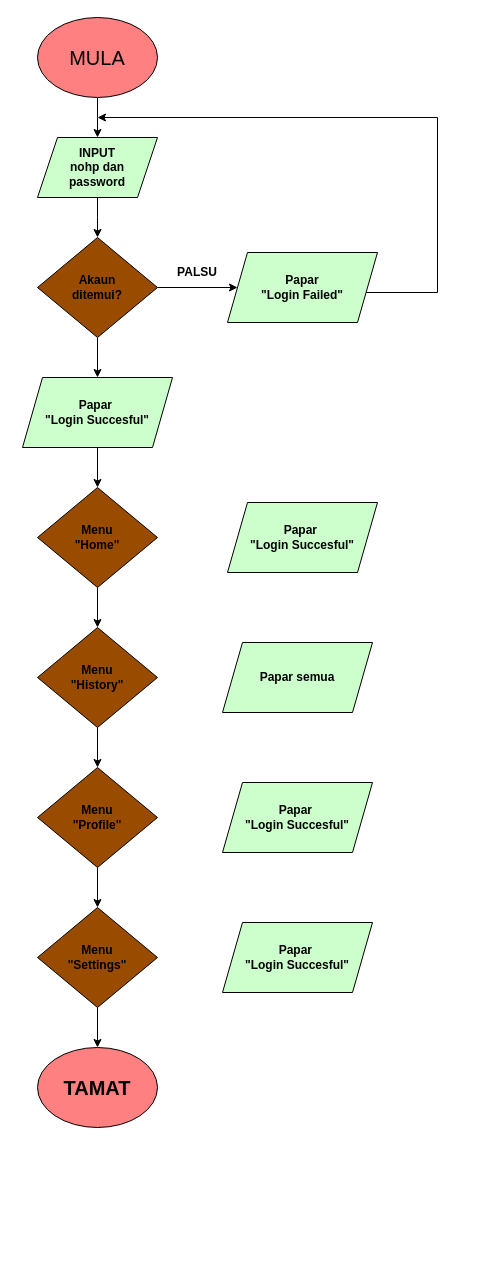
This is CartaAlirPengguna.drawio from VisualGitCode/VisualGitCode.github.io, a draw.io file, before an edit. Source tidied: cells renumbered, new cells numbered last; positions are measured from the earlier drawing's top-left corner, leaving out a move shared by most shapes. Both pictures are drawn from the tidied source at 100%, with x=0, y=0 at pixel (17, 17).
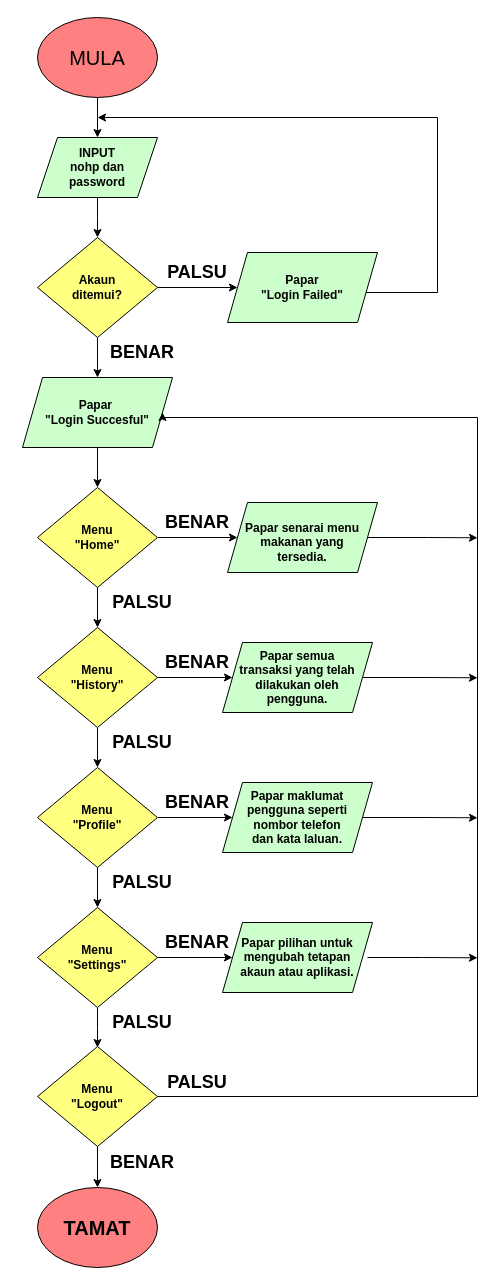
Above is the later version.

Unchanged cells that the change refers to:
```xml
<mxCell id="17" style="shape=parallelogram;perimeter=parallelogramPerimeter;whiteSpace=wrap;html=1;fixedSize=1;fillColor=#CCFFCC;" parent="1" vertex="1">
  <mxGeometry x="5" y="360" width="150" height="70" as="geometry" />
</mxCell>
<mxCell id="33" style="shape=parallelogram;perimeter=parallelogramPerimeter;whiteSpace=wrap;html=1;fixedSize=1;fillColor=#CCFFCC;" parent="1" vertex="1">
  <mxGeometry x="210" y="485" width="150" height="70" as="geometry" />
</mxCell>
<mxCell id="35" style="shape=parallelogram;perimeter=parallelogramPerimeter;whiteSpace=wrap;html=1;fixedSize=1;fillColor=#CCFFCC;" parent="1" vertex="1">
  <mxGeometry x="205" y="625" width="150" height="70" as="geometry" />
</mxCell>
<mxCell id="37" style="shape=parallelogram;perimeter=parallelogramPerimeter;whiteSpace=wrap;html=1;fixedSize=1;fillColor=#CCFFCC;" parent="1" vertex="1">
  <mxGeometry x="205" y="765" width="150" height="70" as="geometry" />
</mxCell>
<mxCell id="39" style="shape=parallelogram;perimeter=parallelogramPerimeter;whiteSpace=wrap;html=1;fixedSize=1;fillColor=#CCFFCC;" parent="1" vertex="1">
  <mxGeometry x="205" y="905" width="150" height="70" as="geometry" />
</mxCell>
```

Diff of the diagram source:
```diff
@@
-    <mxCell id="10" style="rhombus;whiteSpace=wrap;html=1;fillColor=#994C00;labelBackgroundColor=none;rounded=0;" parent="1" vertex="1">
+    <mxCell id="10" style="rhombus;whiteSpace=wrap;html=1;fillColor=#FFFF80;labelBackgroundColor=none;rounded=0;" parent="1" vertex="1">
       <mxGeometry x="20" y="220" width="120" height="100" as="geometry" />
     </mxCell>
@@
-    <mxCell id="15" value="PALSU" style="text;strokeColor=none;align=center;fillColor=none;html=1;verticalAlign=middle;whiteSpace=wrap;rounded=0;fontStyle=1;" parent="1" vertex="1">
+    <mxCell id="15" value="PALSU" style="text;strokeColor=none;align=center;fillColor=none;html=1;verticalAlign=middle;whiteSpace=wrap;rounded=0;fontStyle=1;fontSize=18;" parent="1" vertex="1">
       <mxGeometry x="150" y="240" width="60" height="30" as="geometry" />
     </mxCell>
@@
+    <mxCell id="41" style="edgeStyle=orthogonalEdgeStyle;rounded=0;jettySize=auto;html=1;exitX=1;exitY=0.5;exitDx=0;exitDy=0;entryX=0;entryY=0.5;entryDx=0;entryDy=0;" parent="1" edge="1" source="20" target="33">
+      <mxGeometry relative="1" as="geometry" />
+    </mxCell>
-    <mxCell id="20" style="rhombus;whiteSpace=wrap;html=1;fillColor=#994C00;" parent="1" vertex="1">
+    <mxCell id="20" style="rhombus;whiteSpace=wrap;html=1;fillColor=#FFFF80;" parent="1" vertex="1">
       <mxGeometry x="20" y="470" width="120" height="100" as="geometry" />
     </mxCell>
@@
+    <mxCell id="42" style="edgeStyle=orthogonalEdgeStyle;rounded=0;jettySize=auto;html=1;exitX=1;exitY=0.5;exitDx=0;exitDy=0;" parent="1" edge="1" source="22" target="35">
+      <mxGeometry relative="1" as="geometry" />
+    </mxCell>
-    <mxCell id="22" style="rhombus;whiteSpace=wrap;html=1;fillColor=#994C00;" parent="1" vertex="1">
+    <mxCell id="22" style="rhombus;whiteSpace=wrap;html=1;fillColor=#FFFF80;" parent="1" vertex="1">
       <mxGeometry x="20" y="610" width="120" height="100" as="geometry" />
     </mxCell>
@@
+    <mxCell id="43" style="edgeStyle=orthogonalEdgeStyle;rounded=0;jettySize=auto;html=1;exitX=1;exitY=0.5;exitDx=0;exitDy=0;" parent="1" edge="1" source="24" target="37">
+      <mxGeometry relative="1" as="geometry" />
+    </mxCell>
-    <mxCell id="24" style="rhombus;whiteSpace=wrap;html=1;fillColor=#994C00;" parent="1" vertex="1">
+    <mxCell id="24" style="rhombus;whiteSpace=wrap;html=1;fillColor=#FFFF80;" parent="1" vertex="1">
       <mxGeometry x="20" y="750" width="120" height="100" as="geometry" />
     </mxCell>
     <mxCell id="25" style="ellipse;whiteSpace=wrap;html=1;fillColor=#FF8080;labelBorderColor=#FF0000;" parent="1" vertex="1">
-      <mxGeometry x="20" y="1030" width="120" height="80" as="geometry" />
+      <mxGeometry x="20" y="1170" width="120" height="80" as="geometry" />
     </mxCell>
@@
-    <mxCell id="29" style="edgeStyle=orthogonalEdgeStyle;rounded=0;jettySize=auto;html=1;exitX=0.5;exitY=1;exitDx=0;exitDy=0;entryX=0.5;entryY=0;entryDx=0;entryDy=0;" parent="1" edge="1" source="30" target="25">
-      <mxGeometry relative="1" as="geometry" />
+    <mxCell id="29" style="edgeStyle=orthogonalEdgeStyle;rounded=0;jettySize=auto;html=1;exitX=0.5;exitY=1;exitDx=0;exitDy=0;" parent="1" edge="1" source="30">
+      <mxGeometry relative="1" as="geometry">
+        <mxPoint x="80" y="1030" as="targetPoint" />
+      </mxGeometry>
     </mxCell>
+    <mxCell id="44" style="edgeStyle=orthogonalEdgeStyle;rounded=0;jettySize=auto;html=1;exitX=1;exitY=0.5;exitDx=0;exitDy=0;entryX=0;entryY=0.5;entryDx=0;entryDy=0;" parent="1" edge="1" source="30" target="39">
+      <mxGeometry relative="1" as="geometry" />
+    </mxCell>
-    <mxCell id="30" style="rhombus;whiteSpace=wrap;html=1;fillColor=#994C00;" parent="1" vertex="1">
+    <mxCell id="30" style="rhombus;whiteSpace=wrap;html=1;fillColor=#FFFF80;" parent="1" vertex="1">
       <mxGeometry x="20" y="890" width="120" height="100" as="geometry" />
     </mxCell>
@@
     <mxCell id="32" value="TAMAT" style="text;strokeColor=none;align=center;fillColor=none;html=1;verticalAlign=middle;whiteSpace=wrap;rounded=0;fontStyle=1;fontSize=20;" parent="1" vertex="1">
-      <mxGeometry x="50" y="1055" width="60" height="30" as="geometry" />
+      <mxGeometry x="50" y="1195" width="60" height="30" as="geometry" />
     </mxCell>
+    <mxCell id="45" style="edgeStyle=orthogonalEdgeStyle;rounded=0;jettySize=auto;html=1;exitX=1;exitY=0.5;exitDx=0;exitDy=0;" parent="1" edge="1" source="33">
+      <mxGeometry relative="1" as="geometry">
+        <mxPoint x="460" y="520.3" as="targetPoint" />
+      </mxGeometry>
+    </mxCell>
@@
-    <mxCell id="34" value="&lt;div&gt;Papar&amp;nbsp;&lt;/div&gt;&lt;div&gt;&quot;Login Succesful&quot;&lt;/div&gt;" style="text;strokeColor=none;align=center;fillColor=none;html=1;verticalAlign=middle;whiteSpace=wrap;rounded=0;fontStyle=1;" parent="1" vertex="1">
-      <mxGeometry x="205" y="505" width="160" height="30" as="geometry" />
+    <mxCell id="34" value="&lt;div&gt;Papar senarai menu makanan yang tersedia.&lt;/div&gt;" style="text;strokeColor=none;align=center;fillColor=none;html=1;verticalAlign=middle;whiteSpace=wrap;rounded=0;fontStyle=1;" parent="1" vertex="1">
+      <mxGeometry x="225" y="510" width="120" height="30" as="geometry" />
     </mxCell>
+    <mxCell id="46" style="edgeStyle=orthogonalEdgeStyle;rounded=0;jettySize=auto;html=1;exitX=1;exitY=0.5;exitDx=0;exitDy=0;" parent="1" edge="1" source="35">
+      <mxGeometry relative="1" as="geometry">
+        <mxPoint x="460" y="660.3" as="targetPoint" />
+      </mxGeometry>
+    </mxCell>
@@
-    <mxCell id="36" value="&lt;div&gt;Papar semua &lt;br&gt;&lt;/div&gt;" style="text;strokeColor=none;align=center;fillColor=none;html=1;verticalAlign=middle;whiteSpace=wrap;rounded=0;fontStyle=1;" parent="1" vertex="1">
-      <mxGeometry x="200" y="645" width="160" height="30" as="geometry" />
+    <mxCell id="36" value="&lt;div&gt;Papar semua transaksi yang telah dilakukan oleh pengguna.&lt;/div&gt;" style="text;strokeColor=none;align=center;fillColor=none;html=1;verticalAlign=middle;whiteSpace=wrap;rounded=0;fontStyle=1;" parent="1" vertex="1">
+      <mxGeometry x="220" y="645" width="120" height="30" as="geometry" />
     </mxCell>
+    <mxCell id="47" style="edgeStyle=orthogonalEdgeStyle;rounded=0;jettySize=auto;html=1;exitX=1;exitY=0.5;exitDx=0;exitDy=0;" parent="1" edge="1" source="37">
+      <mxGeometry relative="1" as="geometry">
+        <mxPoint x="460" y="800.3" as="targetPoint" />
+      </mxGeometry>
+    </mxCell>
@@
-    <mxCell id="38" value="&lt;div&gt;Papar&amp;nbsp;&lt;/div&gt;&lt;div&gt;&quot;Login Succesful&quot;&lt;/div&gt;" style="text;strokeColor=none;align=center;fillColor=none;html=1;verticalAlign=middle;whiteSpace=wrap;rounded=0;fontStyle=1;" parent="1" vertex="1">
-      <mxGeometry x="200" y="785" width="160" height="30" as="geometry" />
+    <mxCell id="38" value="Papar maklumat pengguna seperti nombor telefon dan kata laluan." style="text;strokeColor=none;align=center;fillColor=none;html=1;verticalAlign=middle;whiteSpace=wrap;rounded=0;fontStyle=1;" parent="1" vertex="1">
+      <mxGeometry x="225" y="785" width="110" height="30" as="geometry" />
     </mxCell>
@@
+    <mxCell id="48" style="edgeStyle=orthogonalEdgeStyle;rounded=0;jettySize=auto;html=1;exitX=1;exitY=0.5;exitDx=0;exitDy=0;" parent="1" edge="1" source="40">
+      <mxGeometry relative="1" as="geometry">
+        <mxPoint x="460" y="940.3" as="targetPoint" />
+      </mxGeometry>
+    </mxCell>
-    <mxCell id="40" value="&lt;div&gt;Papar&amp;nbsp;&lt;/div&gt;&lt;div&gt;&quot;Login Succesful&quot;&lt;/div&gt;" style="text;strokeColor=none;align=center;fillColor=none;html=1;verticalAlign=middle;whiteSpace=wrap;rounded=0;fontStyle=1;" parent="1" vertex="1">
-      <mxGeometry x="200" y="925" width="160" height="30" as="geometry" />
+    <mxCell id="40" value="&lt;div&gt;Papar pilihan untuk mengubah tetapan akaun atau aplikasi.&lt;/div&gt;" style="text;strokeColor=none;align=center;fillColor=none;html=1;verticalAlign=middle;whiteSpace=wrap;rounded=0;fontStyle=1;" parent="1" vertex="1">
+      <mxGeometry x="210" y="925" width="140" height="30" as="geometry" />
     </mxCell>
+    <mxCell id="49" value="PALSU" style="text;strokeColor=none;align=center;fillColor=none;html=1;verticalAlign=middle;whiteSpace=wrap;rounded=0;fontStyle=1;fontSize=18;" parent="1" vertex="1">
+      <mxGeometry x="95" y="570" width="60" height="30" as="geometry" />
+    </mxCell>
+    <mxCell id="50" value="BENAR" style="text;strokeColor=none;align=center;fillColor=none;html=1;verticalAlign=middle;whiteSpace=wrap;rounded=0;fontStyle=1;fontSize=18;" parent="1" vertex="1">
+      <mxGeometry x="150" y="490" width="60" height="30" as="geometry" />
+    </mxCell>
+    <mxCell id="51" value="BENAR" style="text;strokeColor=none;align=center;fillColor=none;html=1;verticalAlign=middle;whiteSpace=wrap;rounded=0;fontStyle=1;fontSize=18;" parent="1" vertex="1">
+      <mxGeometry x="150" y="630" width="60" height="30" as="geometry" />
+    </mxCell>
+    <mxCell id="52" value="PALSU" style="text;strokeColor=none;align=center;fillColor=none;html=1;verticalAlign=middle;whiteSpace=wrap;rounded=0;fontStyle=1;fontSize=18;" parent="1" vertex="1">
+      <mxGeometry x="95" y="710" width="60" height="30" as="geometry" />
+    </mxCell>
+    <mxCell id="53" value="BENAR" style="text;strokeColor=none;align=center;fillColor=none;html=1;verticalAlign=middle;whiteSpace=wrap;rounded=0;fontStyle=1;fontSize=18;" parent="1" vertex="1">
+      <mxGeometry x="150" y="770" width="60" height="30" as="geometry" />
+    </mxCell>
+    <mxCell id="54" value="BENAR" style="text;strokeColor=none;align=center;fillColor=none;html=1;verticalAlign=middle;whiteSpace=wrap;rounded=0;fontStyle=1;fontSize=18;" parent="1" vertex="1">
+      <mxGeometry x="150" y="910" width="60" height="30" as="geometry" />
+    </mxCell>
+    <mxCell id="55" value="PALSU" style="text;strokeColor=none;align=center;fillColor=none;html=1;verticalAlign=middle;whiteSpace=wrap;rounded=0;fontStyle=1;fontSize=18;" parent="1" vertex="1">
+      <mxGeometry x="95" y="990" width="60" height="30" as="geometry" />
+    </mxCell>
+    <mxCell id="56" value="PALSU" style="text;strokeColor=none;align=center;fillColor=none;html=1;verticalAlign=middle;whiteSpace=wrap;rounded=0;fontStyle=1;fontSize=18;" parent="1" vertex="1">
+      <mxGeometry x="95" y="850" width="60" height="30" as="geometry" />
+    </mxCell>
+    <mxCell id="57" value="BENAR" style="text;strokeColor=none;align=center;fillColor=none;html=1;verticalAlign=middle;whiteSpace=wrap;rounded=0;fontStyle=1;fontSize=18;" parent="1" vertex="1">
+      <mxGeometry x="95" y="320" width="60" height="30" as="geometry" />
+    </mxCell>
+    <mxCell id="58" style="edgeStyle=orthogonalEdgeStyle;rounded=0;jettySize=auto;html=1;exitX=0.5;exitY=1;exitDx=0;exitDy=0;entryX=0.5;entryY=0;entryDx=0;entryDy=0;" parent="1" edge="1" source="60" target="25">
+      <mxGeometry relative="1" as="geometry" />
+    </mxCell>
+    <mxCell id="59" style="edgeStyle=orthogonalEdgeStyle;rounded=0;jettySize=auto;html=1;exitX=1;exitY=0.5;exitDx=0;exitDy=0;entryX=1;entryY=0.5;entryDx=0;entryDy=0;" parent="1" edge="1" source="60" target="17">
+      <mxGeometry relative="1" as="geometry">
+        <Array as="points">
+          <mxPoint x="460" y="1079" />
+          <mxPoint x="460" y="400" />
+          <mxPoint x="145" y="400" />
+        </Array>
+      </mxGeometry>
+    </mxCell>
+    <mxCell id="60" style="rhombus;whiteSpace=wrap;html=1;fillColor=#FFFF80;" parent="1" vertex="1">
+      <mxGeometry x="20" y="1029" width="120" height="100" as="geometry" />
+    </mxCell>
+    <mxCell id="61" value="&lt;div&gt;Menu &lt;br&gt;&lt;/div&gt;&lt;div&gt;&quot;Logout&quot;&lt;br&gt;&lt;/div&gt;" style="text;strokeColor=none;align=center;fillColor=none;html=1;verticalAlign=middle;whiteSpace=wrap;rounded=0;fontStyle=1;" parent="1" vertex="1">
+      <mxGeometry x="40" y="1064" width="80" height="30" as="geometry" />
+    </mxCell>
+    <mxCell id="62" value="BENAR" style="text;strokeColor=none;align=center;fillColor=none;html=1;verticalAlign=middle;whiteSpace=wrap;rounded=0;fontStyle=1;fontSize=18;" parent="1" vertex="1">
+      <mxGeometry x="95" y="1130" width="60" height="30" as="geometry" />
+    </mxCell>
+    <mxCell id="63" value="PALSU" style="text;strokeColor=none;align=center;fillColor=none;html=1;verticalAlign=middle;whiteSpace=wrap;rounded=0;fontStyle=1;fontSize=18;" parent="1" vertex="1">
+      <mxGeometry x="150" y="1050" width="60" height="30" as="geometry" />
+    </mxCell>
```
